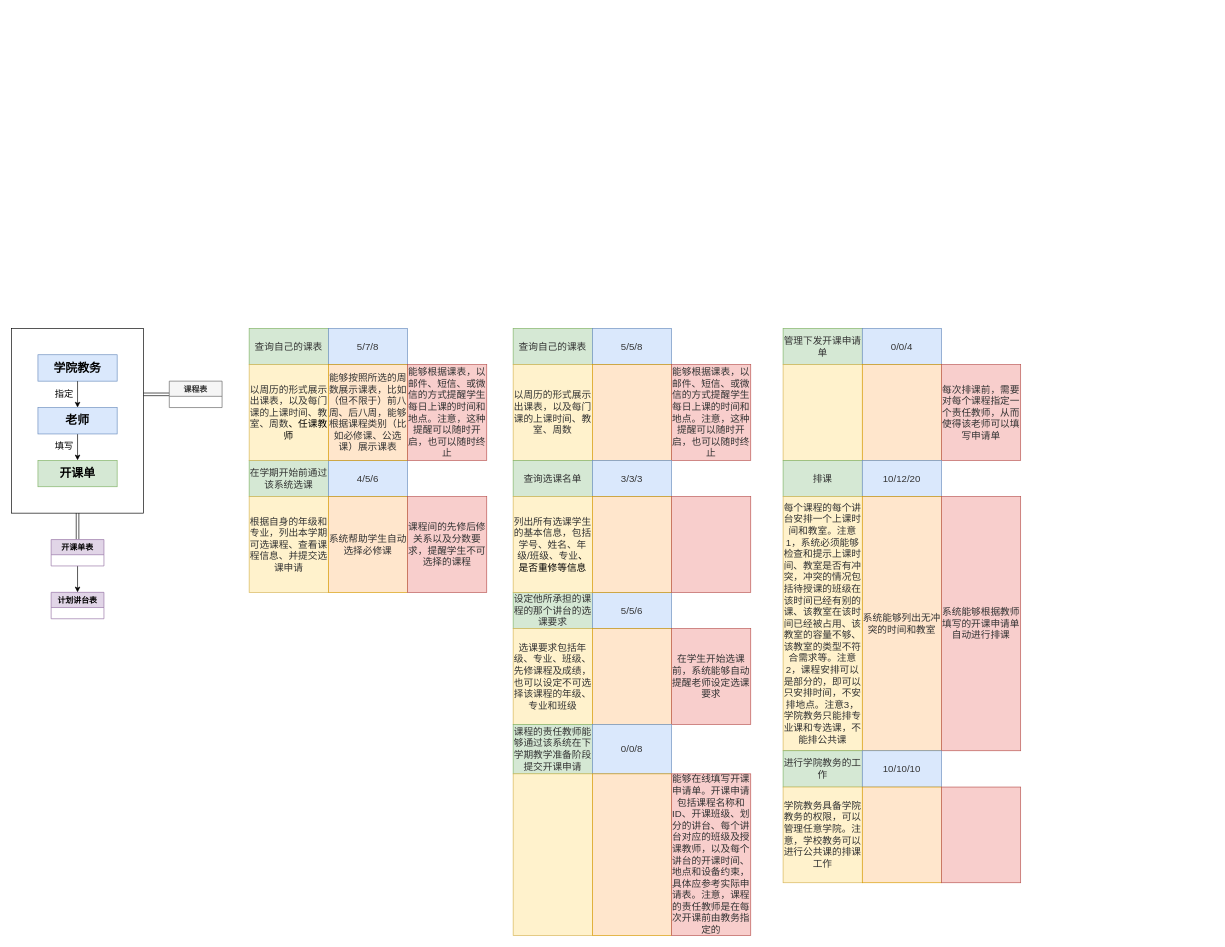
umiskky/Diagrams keeps this draw.io diagram as CS/SoftwareEngineering/Design.drawio. Above is the earlier version. Source tidied: cells renumbered, new cells numbered last; positions are measured from the earlier drawing's top-left corner, leaving out a move shared by most shapes. Both pictures are drawn from the tidied source at 66%, with x=0, y=0 at pixel (11, 328).
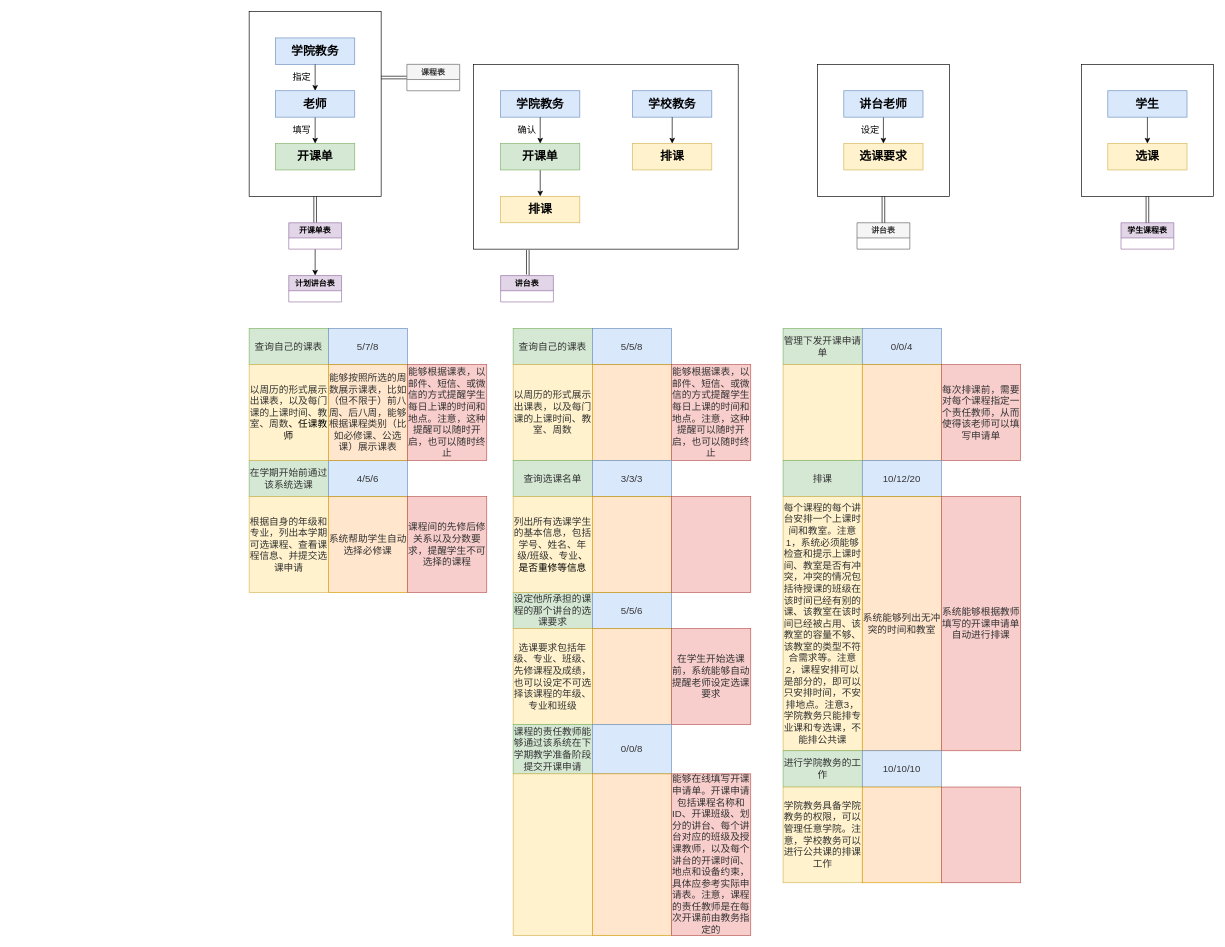
Above is the later version.

Change to the diagram source:
```diff
@@
     <mxCell id="2" style="group;" parent="1" vertex="1">
-      <mxGeometry width="319" height="440" as="geometry" />
+      <mxGeometry x="360" y="-480" width="319" height="440" as="geometry" />
     </mxCell>
@@
+    <mxCell id="72" style="group;" parent="1" vertex="1">
+      <mxGeometry x="700" y="-400" width="401" height="360" as="geometry" />
+    </mxCell>
+    <mxCell id="73" style="rounded=0;whiteSpace=wrap;html=1;fillColor=none;" parent="72" vertex="1">
+      <mxGeometry width="401" height="280" as="geometry" />
+    </mxCell>
+    <mxCell id="74" value="&lt;font face=&quot;Comic Sans MS&quot;&gt;&lt;span style=&quot;font-size: 18px&quot;&gt;&lt;b&gt;排课&lt;/b&gt;&lt;/span&gt;&lt;/font&gt;" style="rounded=0;whiteSpace=wrap;html=1;fillColor=#fff2cc;strokeColor=#d6b656;" parent="72" vertex="1">
+      <mxGeometry x="41" y="200" width="120" height="40" as="geometry" />
+    </mxCell>
+    <mxCell id="75" value="&lt;font style=&quot;font-size: 18px&quot; face=&quot;Comic Sans MS&quot;&gt;&lt;b&gt;学院教务&lt;/b&gt;&lt;/font&gt;" style="rounded=0;whiteSpace=wrap;html=1;fillColor=#dae8fc;strokeColor=#6c8ebf;" parent="72" vertex="1">
+      <mxGeometry x="41" y="40" width="120" height="40" as="geometry" />
+    </mxCell>
+    <mxCell id="76" style="edgeStyle=orthogonalEdgeStyle;rounded=0;jettySize=auto;html=1;exitX=0.5;exitY=1;exitDx=0;exitDy=0;entryX=0.5;entryY=0;entryDx=0;entryDy=0;" parent="72" edge="1" source="77" target="74">
+      <mxGeometry relative="1" as="geometry" />
+    </mxCell>
+    <mxCell id="77" value="&lt;font face=&quot;Comic Sans MS&quot;&gt;&lt;span style=&quot;font-size: 18px&quot;&gt;&lt;b&gt;开课单&lt;/b&gt;&lt;/span&gt;&lt;/font&gt;" style="rounded=0;whiteSpace=wrap;html=1;fillColor=#d5e8d4;strokeColor=#82b366;" parent="72" vertex="1">
+      <mxGeometry x="41" y="120" width="120" height="40" as="geometry" />
+    </mxCell>
+    <mxCell id="78" style="edgeStyle=orthogonalEdgeStyle;rounded=0;jettySize=auto;html=1;exitX=0.5;exitY=1;exitDx=0;exitDy=0;" parent="72" edge="1" source="75" target="77">
+      <mxGeometry relative="1" as="geometry" />
+    </mxCell>
+    <mxCell id="79" value="&lt;font face=&quot;Comic Sans MS&quot;&gt;&lt;span style=&quot;font-size: 14px&quot;&gt;确认&lt;/span&gt;&lt;/font&gt;" style="text;html=1;strokeColor=none;fillColor=none;align=center;verticalAlign=middle;whiteSpace=wrap;rounded=0;" parent="72" vertex="1">
+      <mxGeometry x="61" y="90" width="40" height="20" as="geometry" />
+    </mxCell>
+    <mxCell id="80" value="&lt;font style=&quot;font-size: 18px&quot; face=&quot;Comic Sans MS&quot;&gt;&lt;b&gt;学校教务&lt;/b&gt;&lt;/font&gt;" style="rounded=0;whiteSpace=wrap;html=1;fillColor=#dae8fc;strokeColor=#6c8ebf;" parent="72" vertex="1">
+      <mxGeometry x="241" y="40" width="120" height="40" as="geometry" />
+    </mxCell>
+    <mxCell id="81" value="&lt;font face=&quot;Comic Sans MS&quot;&gt;&lt;span style=&quot;font-size: 18px&quot;&gt;&lt;b&gt;排课&lt;/b&gt;&lt;/span&gt;&lt;/font&gt;" style="rounded=0;whiteSpace=wrap;html=1;fillColor=#fff2cc;strokeColor=#d6b656;" parent="72" vertex="1">
+      <mxGeometry x="241" y="120" width="120" height="40" as="geometry" />
+    </mxCell>
+    <mxCell id="82" style="edgeStyle=orthogonalEdgeStyle;rounded=0;jettySize=auto;html=1;exitX=0.5;exitY=1;exitDx=0;exitDy=0;entryX=0.5;entryY=0;entryDx=0;entryDy=0;" parent="72" edge="1" source="80" target="81">
+      <mxGeometry relative="1" as="geometry" />
+    </mxCell>
+    <mxCell id="83" style="edgeStyle=orthogonalEdgeStyle;rounded=0;jettySize=auto;html=1;exitX=0.5;exitY=0;exitDx=0;exitDy=0;entryX=0.205;entryY=1.005;entryDx=0;entryDy=0;entryPerimeter=0;shape=link;" parent="72" edge="1" source="84" target="73">
+      <mxGeometry relative="1" as="geometry" />
+    </mxCell>
+    <mxCell id="84" value="讲台表" style="swimlane;fillColor=#e1d5e7;strokeColor=#9673a6;startSize=23;" parent="72" vertex="1">
+      <mxGeometry x="41" y="320" width="80" height="40" as="geometry" />
+    </mxCell>
+    <mxCell id="85" style="group;" parent="1" vertex="1">
+      <mxGeometry x="1221" y="-400" width="200" height="280" as="geometry" />
+    </mxCell>
+    <mxCell id="86" style="rounded=0;whiteSpace=wrap;html=1;fillColor=none;" parent="85" vertex="1">
+      <mxGeometry width="200" height="200" as="geometry" />
+    </mxCell>
+    <mxCell id="87" value="&lt;b style=&quot;font-family: &amp;#34;comic sans ms&amp;#34; ; font-size: 18px&quot;&gt;选课要求&lt;/b&gt;" style="rounded=0;whiteSpace=wrap;html=1;fillColor=#fff2cc;strokeColor=#d6b656;" parent="85" vertex="1">
+      <mxGeometry x="40" y="120" width="120" height="40" as="geometry" />
+    </mxCell>
+    <mxCell id="88" style="edgeStyle=orthogonalEdgeStyle;rounded=0;jettySize=auto;html=1;exitX=0.5;exitY=1;exitDx=0;exitDy=0;entryX=0.5;entryY=0;entryDx=0;entryDy=0;" parent="85" edge="1" source="89" target="87">
+      <mxGeometry as="geometry" />
+    </mxCell>
+    <mxCell id="89" value="&lt;font style=&quot;font-size: 18px&quot; face=&quot;Comic Sans MS&quot;&gt;&lt;b&gt;讲台老师&lt;/b&gt;&lt;/font&gt;" style="rounded=0;whiteSpace=wrap;html=1;fillColor=#dae8fc;strokeColor=#6c8ebf;" parent="85" vertex="1">
+      <mxGeometry x="40" y="40" width="120" height="40" as="geometry" />
+    </mxCell>
+    <mxCell id="90" value="&lt;font style=&quot;font-size: 14px&quot; face=&quot;Comic Sans MS&quot;&gt;设定&lt;/font&gt;" style="text;html=1;strokeColor=none;fillColor=none;align=center;verticalAlign=middle;whiteSpace=wrap;rounded=0;" parent="85" vertex="1">
+      <mxGeometry x="60" y="90" width="40" height="20" as="geometry" />
+    </mxCell>
+    <mxCell id="91" value="讲台表" style="swimlane;fillColor=#f5f5f5;strokeColor=#666666;startSize=23;fontColor=#333333;" parent="85" vertex="1">
+      <mxGeometry x="60" y="240" width="80" height="40" as="geometry" />
+    </mxCell>
+    <mxCell id="92" style="edgeStyle=orthogonalEdgeStyle;rounded=0;jettySize=auto;html=1;exitX=0.5;exitY=1;exitDx=0;exitDy=0;entryX=0.5;entryY=0;entryDx=0;entryDy=0;shape=link;" parent="85" edge="1" source="86" target="91">
+      <mxGeometry relative="1" as="geometry" />
+    </mxCell>
+    <mxCell id="93" style="group;" parent="1" vertex="1">
+      <mxGeometry x="1621" y="-400" width="200" height="280" as="geometry" />
+    </mxCell>
+    <mxCell id="94" style="rounded=0;whiteSpace=wrap;html=1;fillColor=none;" parent="93" vertex="1">
+      <mxGeometry width="200" height="200" as="geometry" />
+    </mxCell>
+    <mxCell id="95" value="&lt;font style=&quot;font-size: 18px&quot; face=&quot;Comic Sans MS&quot;&gt;&lt;b&gt;学生&lt;/b&gt;&lt;/font&gt;" style="rounded=0;whiteSpace=wrap;html=1;fillColor=#dae8fc;strokeColor=#6c8ebf;" parent="93" vertex="1">
+      <mxGeometry x="40" y="40" width="120" height="40" as="geometry" />
+    </mxCell>
+    <mxCell id="96" value="&lt;font face=&quot;Comic Sans MS&quot;&gt;&lt;span style=&quot;font-size: 18px&quot;&gt;&lt;b&gt;选课&lt;/b&gt;&lt;/span&gt;&lt;/font&gt;" style="rounded=0;whiteSpace=wrap;html=1;fillColor=#fff2cc;strokeColor=#d6b656;" parent="93" vertex="1">
+      <mxGeometry x="40" y="120" width="120" height="40" as="geometry" />
+    </mxCell>
+    <mxCell id="97" style="edgeStyle=orthogonalEdgeStyle;rounded=0;jettySize=auto;html=1;exitX=0.5;exitY=1;exitDx=0;exitDy=0;entryX=0.5;entryY=0;entryDx=0;entryDy=0;" parent="93" edge="1" source="95" target="96">
+      <mxGeometry relative="1" as="geometry" />
+    </mxCell>
+    <mxCell id="98" value="学生课程表" style="swimlane;fillColor=#e1d5e7;strokeColor=#9673a6;startSize=23;" parent="93" vertex="1">
+      <mxGeometry x="60" y="240" width="80" height="40" as="geometry" />
+    </mxCell>
+    <mxCell id="99" style="edgeStyle=orthogonalEdgeStyle;rounded=0;jettySize=auto;html=1;exitX=0.5;exitY=1;exitDx=0;exitDy=0;entryX=0.5;entryY=0;entryDx=0;entryDy=0;shape=link;" parent="93" edge="1" source="94" target="98">
+      <mxGeometry relative="1" as="geometry" />
+    </mxCell>
```
